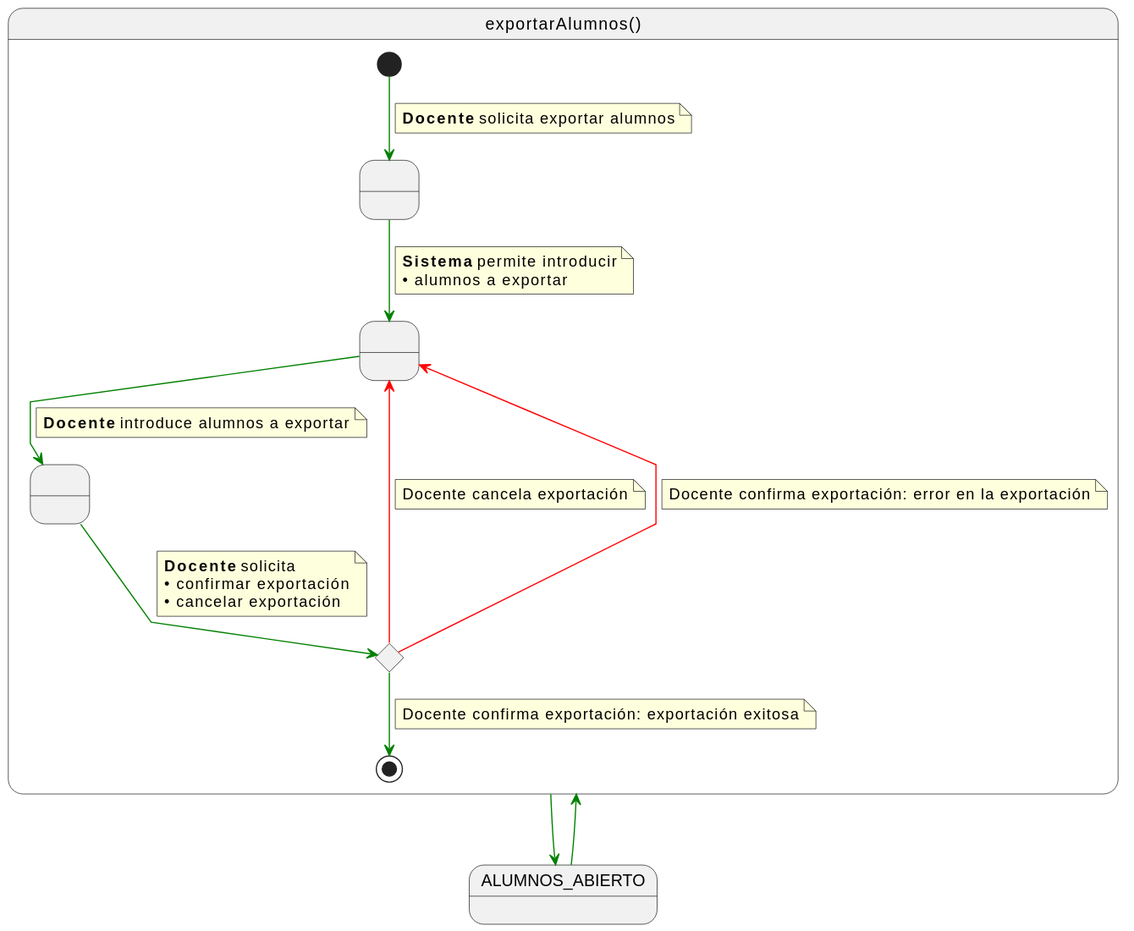
The PlantUML diagram documents/casos-de-uso/detalladoCasosDeUso/exportarAlumnos/exportarAlumnos.svg in martinlopez7/25-26-IdSw1-SdR, before a commit. The source it was exported from:
```plantuml
@startuml
skinparam linetype polyline

state exportarAlumnos as "exportarAlumnos()" {

    state " " as RequiringExport
    state " " as ProvidingAlumnos
    state " " as ProvidingConfirmation
    state c <<choice>>

    [*] -[#green]-> RequiringExport
    note on link
    <b>Docente</b> solicita exportar alumnos
    end note

    RequiringExport -[#green]-> ProvidingAlumnos
    note on link
    <b>Sistema</b> permite introducir
    • alumnos a exportar
    end note

    ProvidingAlumnos -[#green]-> ProvidingConfirmation
    note on link
    <b>Docente</b> introduce alumnos a exportar
    end note

    ProvidingConfirmation -[#green]-> c
    note on link
    <b>Docente</b> solicita
    • confirmar exportación
    • cancelar exportación
    end note

    c -[#red]-> ProvidingAlumnos
    note on link
    Docente cancela exportación
    end note

    c -[#red]-> ProvidingAlumnos
    note on link
    Docente confirma exportación: error en la exportación
    end note

    c -[#green]-> [*]
    note on link
    Docente confirma exportación: exportación exitosa
    end note
}

ALUMNOS_ABIERTO -[#green]-> exportarAlumnos
exportarAlumnos -[#green]-> ALUMNOS_ABIERTO
@enduml
```
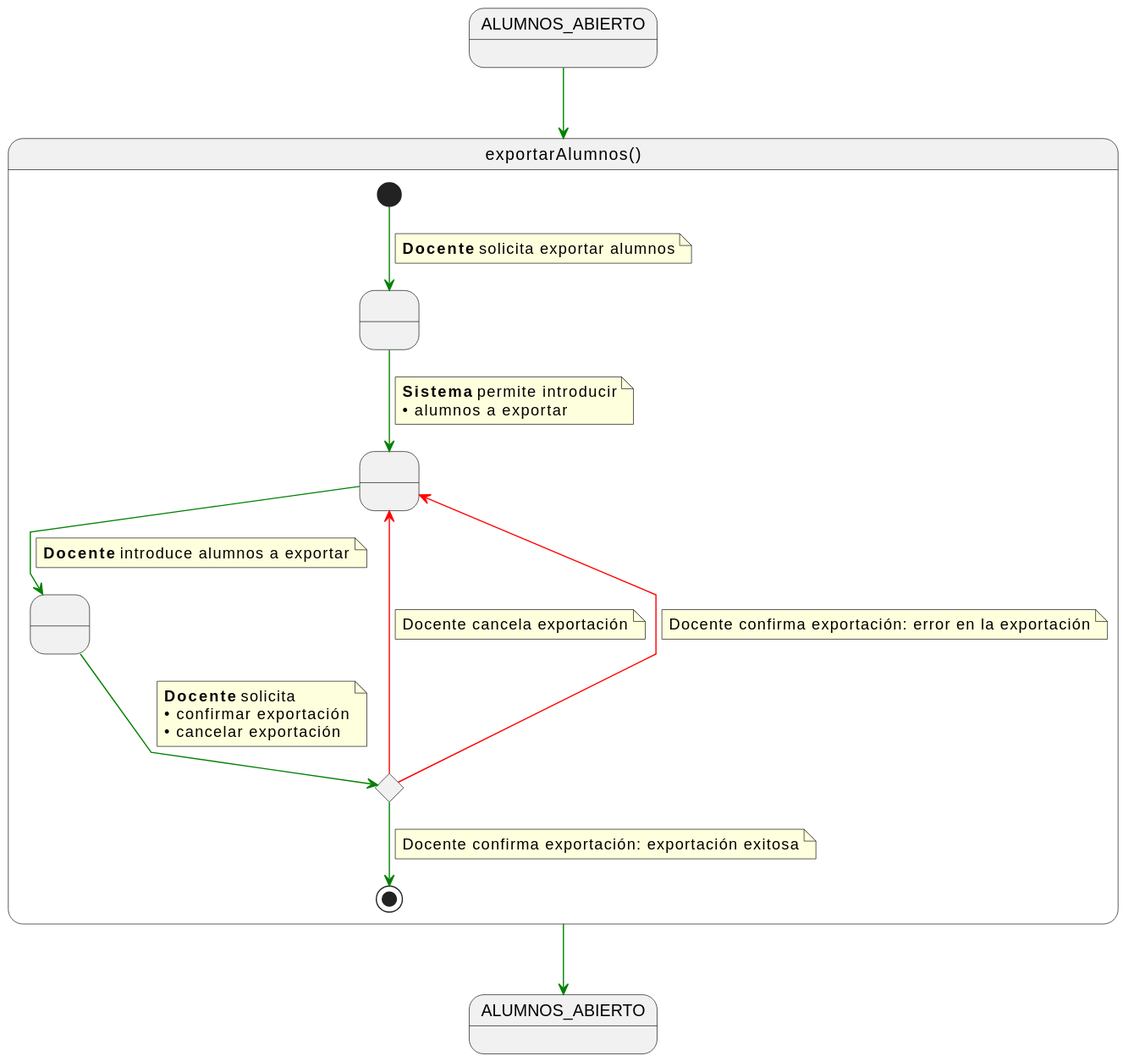
After the change.

The edit, as a diff of the source:
```diff
@@ -1,5 +1,7 @@
 @startuml
 skinparam linetype polyline
+
+state ALUMNOS_ABIERTO2 as "ALUMNOS_ABIERTO"
 
 state exportarAlumnos as "exportarAlumnos()" {
 
@@ -48,5 +50,5 @@
 }
 
 ALUMNOS_ABIERTO -[#green]-> exportarAlumnos
-exportarAlumnos -[#green]-> ALUMNOS_ABIERTO
+exportarAlumnos -[#green]-> ALUMNOS_ABIERTO2
 @enduml
```
